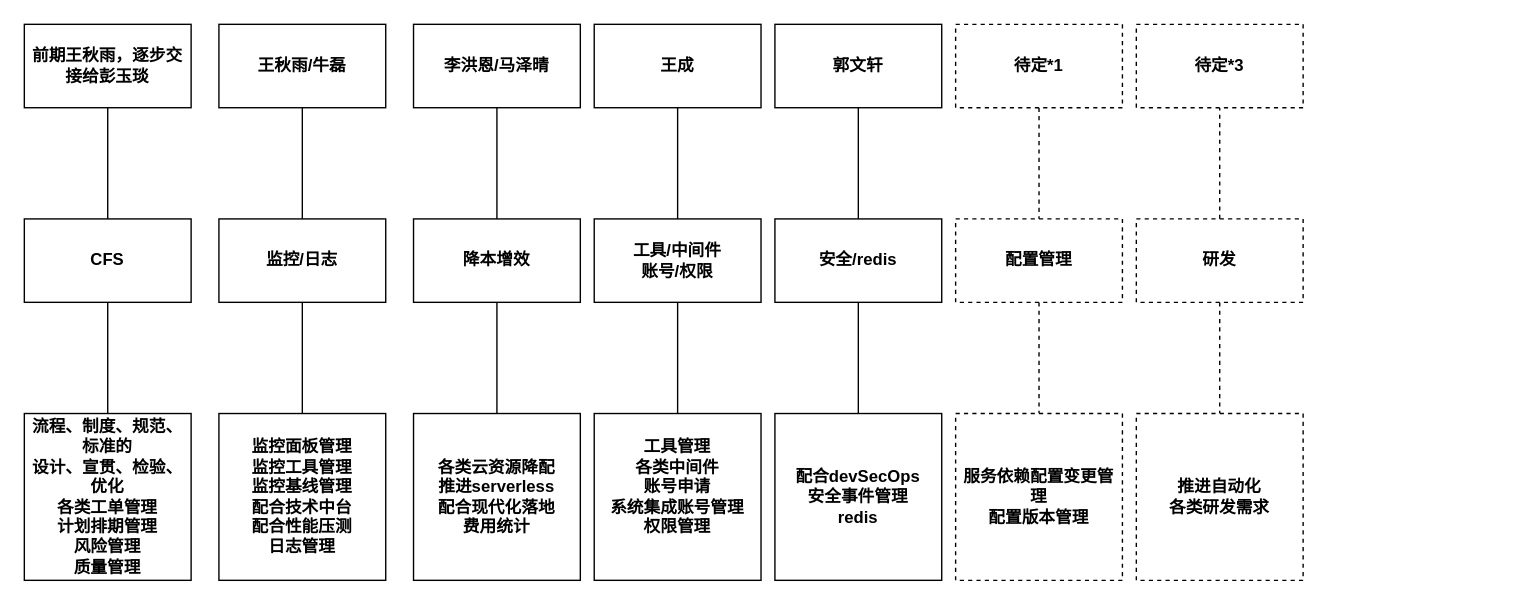
Above: Untitled Diagram.drawio in 463024907/draw.io (draw.io), before the change. Source tidied: cells renumbered, new cells numbered last; positions are measured from the earlier drawing's top-left corner, leaving out a move shared by most shapes. Both pictures are drawn from the tidied source at 139%, with x=0, y=0 at pixel (24, 24).
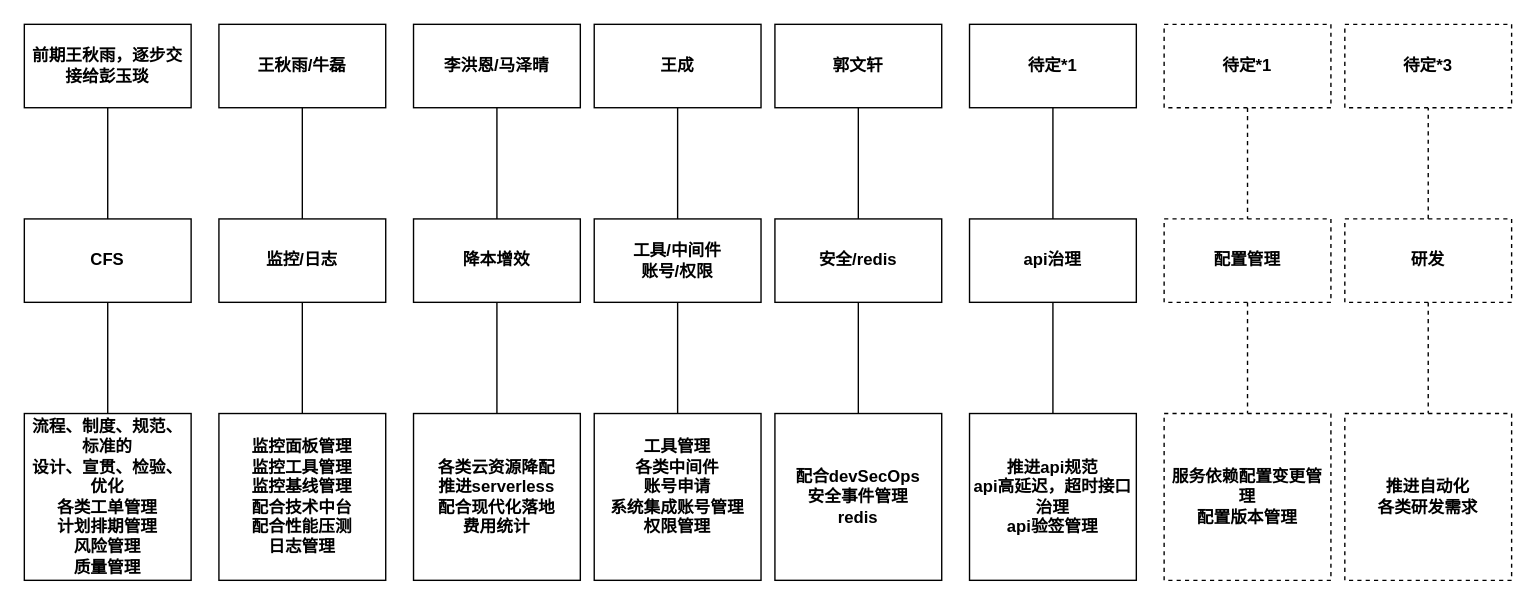
The same diagram, later.

The edit, as a diff of the source:
```diff
@@
     <mxCell id="29" value="&lt;b&gt;研发&lt;/b&gt;" style="whiteSpace=wrap;html=1;align=center;newEdgeStyle={&quot;edgeStyle&quot;:&quot;elbowEdgeStyle&quot;,&quot;startArrow&quot;:&quot;none&quot;,&quot;endArrow&quot;:&quot;none&quot;};dashed=1;" parent="1" vertex="1">
-      <mxGeometry x="800" y="140" width="120" height="60" as="geometry" />
+      <mxGeometry x="950" y="140" width="120" height="60" as="geometry" />
     </mxCell>
     <mxCell id="30" value="&lt;b&gt;待定*3&lt;/b&gt;" style="whiteSpace=wrap;html=1;align=center;newEdgeStyle={&quot;edgeStyle&quot;:&quot;elbowEdgeStyle&quot;,&quot;startArrow&quot;:&quot;none&quot;,&quot;endArrow&quot;:&quot;none&quot;};dashed=1;" parent="1" vertex="1">
-      <mxGeometry x="800" width="120" height="60" as="geometry" />
+      <mxGeometry x="950" width="120" height="60" as="geometry" />
     </mxCell>
     <mxCell id="31" value="&lt;b&gt;推进自动化&lt;br&gt;各类研发需求&lt;/b&gt;" style="whiteSpace=wrap;html=1;align=center;newEdgeStyle={&quot;edgeStyle&quot;:&quot;elbowEdgeStyle&quot;,&quot;startArrow&quot;:&quot;none&quot;,&quot;endArrow&quot;:&quot;none&quot;};dashed=1;" parent="1" vertex="1">
-      <mxGeometry x="800" y="280" width="120" height="120" as="geometry" />
+      <mxGeometry x="950" y="280" width="120" height="120" as="geometry" />
     </mxCell>
@@
     <mxCell id="33" value="&lt;b&gt;待定*1&lt;/b&gt;" style="whiteSpace=wrap;html=1;align=center;newEdgeStyle={&quot;edgeStyle&quot;:&quot;elbowEdgeStyle&quot;,&quot;startArrow&quot;:&quot;none&quot;,&quot;endArrow&quot;:&quot;none&quot;};dashed=1;" parent="1" vertex="1" collapsed="1">
-      <mxGeometry x="670" width="120" height="60" as="geometry" />
+      <mxGeometry x="820" width="120" height="60" as="geometry" />
     </mxCell>
@@
     <mxCell id="35" value="&lt;b&gt;配置管理&lt;/b&gt;" style="whiteSpace=wrap;html=1;align=center;newEdgeStyle={&quot;edgeStyle&quot;:&quot;elbowEdgeStyle&quot;,&quot;startArrow&quot;:&quot;none&quot;,&quot;endArrow&quot;:&quot;none&quot;};dashed=1;" parent="1" vertex="1">
-      <mxGeometry x="670" y="140" width="120" height="60" as="geometry" />
+      <mxGeometry x="820" y="140" width="120" height="60" as="geometry" />
     </mxCell>
     <mxCell id="36" value="&lt;b&gt;服务依赖配置变更管理&lt;br&gt;配置版本管理&lt;/b&gt;" style="whiteSpace=wrap;html=1;align=center;newEdgeStyle={&quot;edgeStyle&quot;:&quot;elbowEdgeStyle&quot;,&quot;startArrow&quot;:&quot;none&quot;,&quot;endArrow&quot;:&quot;none&quot;};dashed=1;" parent="1" vertex="1">
-      <mxGeometry x="670" y="280" width="120" height="120" as="geometry" />
+      <mxGeometry x="820" y="280" width="120" height="120" as="geometry" />
     </mxCell>
+    <mxCell id="37" style="edgeStyle=elbowEdgeStyle;rounded=0;jettySize=auto;html=1;elbow=vertical;startArrow=none;endArrow=none;" parent="1" edge="1" source="39" target="40">
+      <mxGeometry relative="1" as="geometry" />
+    </mxCell>
+    <mxCell id="38" style="edgeStyle=elbowEdgeStyle;rounded=0;jettySize=auto;html=1;elbow=horizontal;startArrow=none;endArrow=none;" parent="1" edge="1" source="39" target="41">
+      <mxGeometry relative="1" as="geometry" />
+    </mxCell>
+    <mxCell id="39" value="&lt;b&gt;api治理&lt;/b&gt;" style="whiteSpace=wrap;html=1;align=center;newEdgeStyle={&quot;edgeStyle&quot;:&quot;elbowEdgeStyle&quot;,&quot;startArrow&quot;:&quot;none&quot;,&quot;endArrow&quot;:&quot;none&quot;};" parent="1" vertex="1">
+      <mxGeometry x="680" y="140" width="120" height="60" as="geometry" />
+    </mxCell>
+    <mxCell id="40" value="&lt;b&gt;推进api规范&lt;br&gt;api高延迟，超时接口治理&lt;br&gt;api验签管理&lt;br&gt;&lt;/b&gt;" style="whiteSpace=wrap;html=1;align=center;newEdgeStyle={&quot;edgeStyle&quot;:&quot;elbowEdgeStyle&quot;,&quot;startArrow&quot;:&quot;none&quot;,&quot;endArrow&quot;:&quot;none&quot;};" parent="1" vertex="1">
+      <mxGeometry x="680" y="280" width="120" height="120" as="geometry" />
+    </mxCell>
+    <mxCell id="41" value="&lt;b&gt;待定*1&lt;/b&gt;" style="whiteSpace=wrap;html=1;align=center;newEdgeStyle={&quot;edgeStyle&quot;:&quot;elbowEdgeStyle&quot;,&quot;startArrow&quot;:&quot;none&quot;,&quot;endArrow&quot;:&quot;none&quot;};" parent="1" vertex="1" collapsed="1">
+      <mxGeometry x="680" width="120" height="60" as="geometry" />
+    </mxCell>
```
